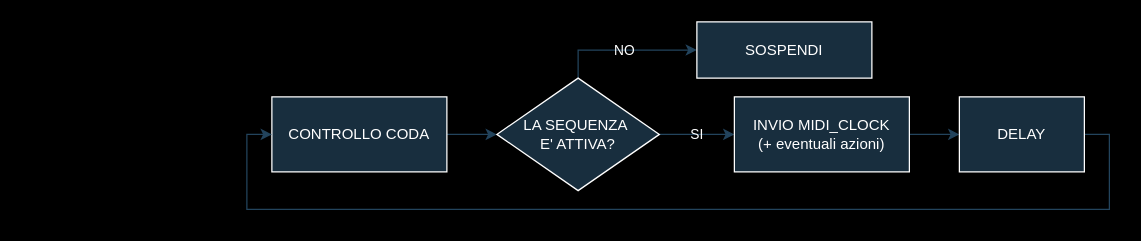
Above: drawings/Untitled Diagram.drawio in carlo-monti/beat_catcher_2 (draw.io), before the change. Source tidied: cells renumbered, new cells numbered last; positions are measured from the earlier drawing's top-left corner, leaving out a move shared by most shapes. Both pictures are drawn from the tidied source at 125%, with x=0, y=0 at pixel (246, 21).
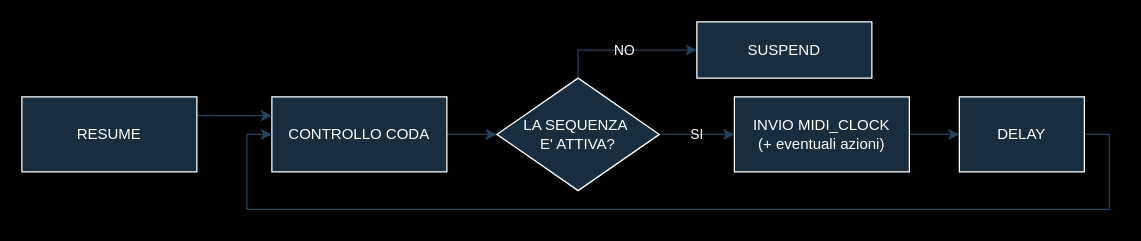
The same diagram, later.

Change to the diagram source:
```diff
@@
 <mxGraphModel background="#000000">
   <root>
     <mxCell id="0" />
     <mxCell id="1" parent="0" />
     <mxCell id="2" style="edgeStyle=orthogonalEdgeStyle;rounded=0;jettySize=auto;html=1;exitX=1;exitY=0.5;exitDx=0;exitDy=0;entryX=0;entryY=0.5;entryDx=0;entryDy=0;labelBackgroundColor=none;strokeColor=#23445D;fontColor=default;" parent="1" edge="1" source="3" target="7">
       <mxGeometry relative="1" as="geometry" />
     </mxCell>
     <mxCell id="3" value="CONTROLLO CODA" style="rounded=0;whiteSpace=wrap;html=1;labelBackgroundColor=none;fillColor=#182E3E;strokeColor=#FFFFFF;fontColor=#FFFFFF;" parent="1" vertex="1">
       <mxGeometry x="20" y="60" width="140" height="60" as="geometry" />
     </mxCell>
     <mxCell id="4" style="edgeStyle=orthogonalEdgeStyle;rounded=0;jettySize=auto;html=1;exitX=1;exitY=0.5;exitDx=0;exitDy=0;entryX=0;entryY=0.5;entryDx=0;entryDy=0;labelBackgroundColor=none;strokeColor=#23445D;fontColor=default;" parent="1" edge="1" source="7" target="10">
       <mxGeometry relative="1" as="geometry" />
     </mxCell>
     <mxCell id="5" value="SI" style="edgeLabel;html=1;align=center;verticalAlign=middle;labelBackgroundColor=none;fontColor=#FFFFFF;" parent="4" vertex="1">
       <mxGeometry x="-0.03" y="1" relative="1" as="geometry" />
     </mxCell>
     <mxCell id="6" value="NO" style="edgeStyle=orthogonalEdgeStyle;rounded=0;jettySize=auto;html=1;exitX=0.5;exitY=0;exitDx=0;exitDy=0;entryX=0;entryY=0.5;entryDx=0;entryDy=0;labelBackgroundColor=none;strokeColor=#23445D;fontColor=#FFFFFF;" parent="1" edge="1" source="7" target="8">
       <mxGeometry relative="1" as="geometry" />
     </mxCell>
     <mxCell id="7" value="&lt;div&gt;LA SEQUENZA&amp;nbsp;&lt;/div&gt;&lt;div&gt;E' ATTIVA?&lt;/div&gt;" style="rhombus;whiteSpace=wrap;html=1;labelBackgroundColor=none;fillColor=#182E3E;strokeColor=#FFFFFF;fontColor=#FFFFFF;" parent="1" vertex="1">
       <mxGeometry x="200" y="45" width="130" height="90" as="geometry" />
     </mxCell>
-    <mxCell id="8" value="SOSPENDI" style="rounded=0;whiteSpace=wrap;html=1;labelBackgroundColor=none;fillColor=#182E3E;strokeColor=#FFFFFF;fontColor=#FFFFFF;" parent="1" vertex="1">
+    <mxCell id="8" value="SUSPEND" style="rounded=0;whiteSpace=wrap;html=1;labelBackgroundColor=none;fillColor=#182E3E;strokeColor=#FFFFFF;fontColor=#FFFFFF;" parent="1" vertex="1">
       <mxGeometry x="360" width="140" height="45" as="geometry" />
     </mxCell>
     <mxCell id="9" style="edgeStyle=orthogonalEdgeStyle;rounded=0;jettySize=auto;html=1;exitX=1;exitY=0.5;exitDx=0;exitDy=0;entryX=0;entryY=0.5;entryDx=0;entryDy=0;labelBackgroundColor=none;strokeColor=#23445D;fontColor=default;" parent="1" edge="1" source="10" target="12">
       <mxGeometry relative="1" as="geometry" />
     </mxCell>
     <mxCell id="10" value="&lt;div&gt;INVIO MIDI_CLOCK&lt;/div&gt;&lt;div&gt;(+ eventuali azioni)&lt;br&gt;&lt;/div&gt;" style="rounded=0;whiteSpace=wrap;html=1;labelBackgroundColor=none;fillColor=#182E3E;strokeColor=#FFFFFF;fontColor=#FFFFFF;" parent="1" vertex="1">
       <mxGeometry x="390" y="60" width="140" height="60" as="geometry" />
     </mxCell>
     <mxCell id="11" style="edgeStyle=orthogonalEdgeStyle;rounded=0;jettySize=auto;html=1;exitX=1;exitY=0.5;exitDx=0;exitDy=0;entryX=0;entryY=0.5;entryDx=0;entryDy=0;labelBackgroundColor=none;strokeColor=#23445D;fontColor=default;" parent="1" edge="1" source="12" target="3">
       <mxGeometry relative="1" as="geometry">
         <Array as="points">
           <mxPoint x="690" y="90" />
           <mxPoint x="690" y="150" />
           <mxPoint y="150" />
           <mxPoint y="90" />
         </Array>
       </mxGeometry>
     </mxCell>
     <mxCell id="12" value="DELAY" style="rounded=0;whiteSpace=wrap;html=1;labelBackgroundColor=none;fillColor=#182E3E;strokeColor=#FFFFFF;fontColor=#FFFFFF;" parent="1" vertex="1">
       <mxGeometry x="570" y="60" width="100" height="60" as="geometry" />
     </mxCell>
+    <mxCell id="13" style="edgeStyle=orthogonalEdgeStyle;rounded=0;jettySize=auto;html=1;exitX=1;exitY=0.25;exitDx=0;exitDy=0;entryX=0;entryY=0.25;entryDx=0;entryDy=0;strokeColor=#23445D;" parent="1" edge="1" source="14" target="3">
+      <mxGeometry relative="1" as="geometry" />
+    </mxCell>
+    <mxCell id="14" value="RESUME" style="rounded=0;whiteSpace=wrap;html=1;labelBackgroundColor=none;fillColor=#182E3E;strokeColor=#FFFFFF;fontColor=#FFFFFF;" parent="1" vertex="1">
+      <mxGeometry x="-180" y="60" width="140" height="60" as="geometry" />
+    </mxCell>
   </root>
 </mxGraphModel>
```
